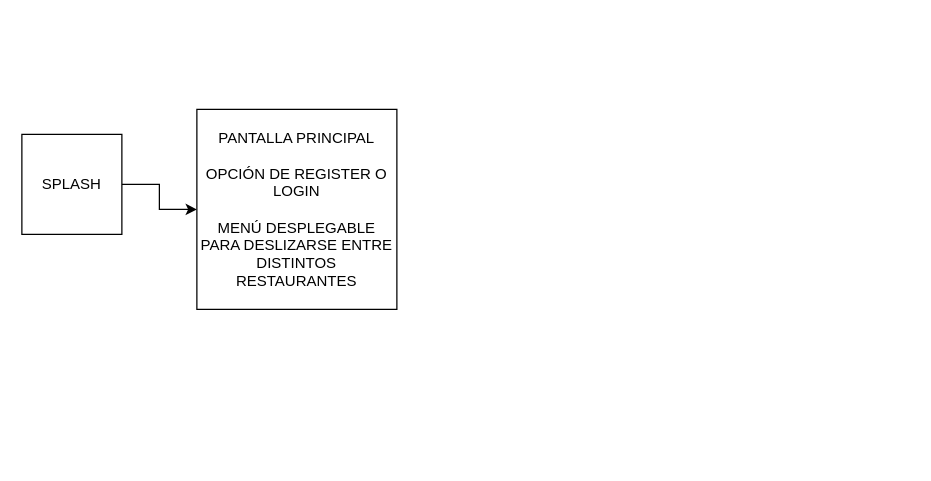
Above: Diagrama sin título.drawio in angelcriber99/jerou (draw.io), before the change. Source tidied: cells renumbered, new cells numbered last; positions are measured from the earlier drawing's top-left corner, leaving out a move shared by most shapes. Both pictures are drawn from the tidied source at 125%, with x=0, y=0 at pixel (21, 109).
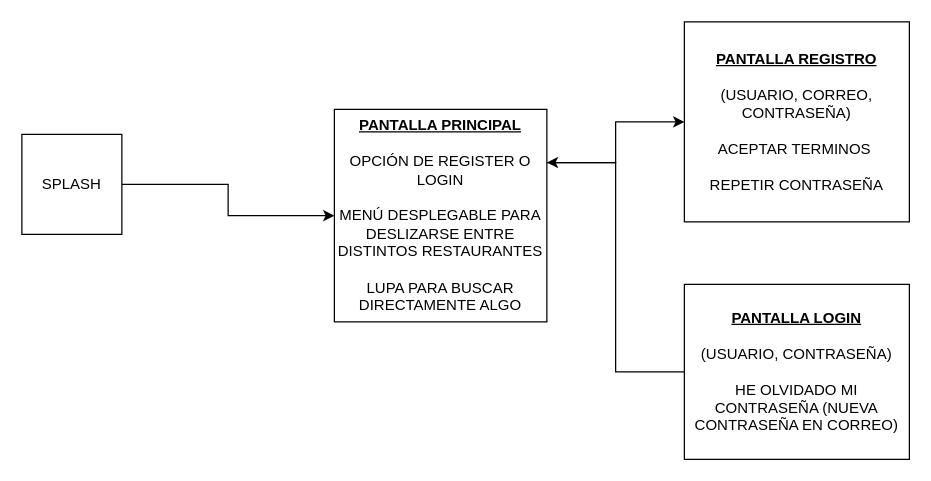
The same diagram, later.

Commit message:
Diagrama actualizado

Change to the diagram source:
```diff
@@
 <mxGraphModel>
   <root>
     <mxCell id="0" />
     <mxCell id="1" parent="0" />
     <mxCell id="2" style="edgeStyle=orthogonalEdgeStyle;rounded=0;jettySize=auto;html=1;" parent="1" edge="1" source="3" target="4">
       <mxGeometry relative="1" as="geometry" />
     </mxCell>
     <mxCell id="3" value="SPLASH" style="whiteSpace=wrap;html=1;" parent="1" vertex="1">
       <mxGeometry y="20" width="80" height="80" as="geometry" />
     </mxCell>
+    <mxCell id="5" style="edgeStyle=orthogonalEdgeStyle;rounded=0;jettySize=auto;html=1;exitX=1;exitY=0.25;exitDx=0;exitDy=0;entryX=0;entryY=0.5;entryDx=0;entryDy=0;" parent="1" edge="1" source="4" target="6">
+      <mxGeometry relative="1" as="geometry" />
+    </mxCell>
-    <mxCell id="4" value="PANTALLA PRINCIPAL&lt;br&gt;&lt;br&gt;OPCIÓN DE REGISTER O LOGIN&lt;br&gt;&lt;br&gt;MENÚ DESPLEGABLE PARA DESLIZARSE ENTRE DISTINTOS RESTAURANTES" style="whiteSpace=wrap;html=1;" parent="1" vertex="1">
-      <mxGeometry x="140" width="160" height="160" as="geometry" />
+    <mxCell id="4" value="&lt;b&gt;&lt;u&gt;PANTALLA PRINCIPAL&lt;/u&gt;&lt;/b&gt;&lt;br&gt;&lt;br&gt;OPCIÓN DE REGISTER O LOGIN&lt;br&gt;&lt;br&gt;MENÚ DESPLEGABLE PARA DESLIZARSE ENTRE DISTINTOS RESTAURANTES&lt;br&gt;&lt;br&gt;LUPA PARA BUSCAR DIRECTAMENTE ALGO" style="whiteSpace=wrap;html=1;" parent="1" vertex="1">
+      <mxGeometry x="250" width="170" height="170" as="geometry" />
     </mxCell>
+    <mxCell id="6" value="&lt;b&gt;&lt;u&gt;PANTALLA REGISTRO&lt;/u&gt;&lt;/b&gt;&lt;br&gt;&lt;br&gt;(USUARIO, CORREO, CONTRASEÑA)&lt;br&gt;&lt;br&gt;ACEPTAR TERMINOS&amp;nbsp;&lt;br&gt;&lt;br&gt;REPETIR CONTRASEÑA" style="rounded=0;whiteSpace=wrap;html=1;" parent="1" vertex="1">
+      <mxGeometry x="530" y="-70" width="180" height="160" as="geometry" />
+    </mxCell>
+    <mxCell id="7" style="edgeStyle=orthogonalEdgeStyle;rounded=0;jettySize=auto;html=1;entryX=1;entryY=0.25;entryDx=0;entryDy=0;" parent="1" edge="1" source="8" target="4">
+      <mxGeometry relative="1" as="geometry" />
+    </mxCell>
+    <mxCell id="8" value="&lt;b&gt;&lt;u&gt;PANTALLA LOGIN&lt;br&gt;&lt;/u&gt;&lt;/b&gt;&lt;br&gt;(USUARIO, CONTRASEÑA)&lt;br&gt;&lt;br&gt;HE OLVIDADO MI CONTRASEÑA (NUEVA CONTRASEÑA EN CORREO)&lt;br&gt;" style="rounded=0;whiteSpace=wrap;html=1;" parent="1" vertex="1">
+      <mxGeometry x="530" y="140" width="180" height="140" as="geometry" />
+    </mxCell>
   </root>
 </mxGraphModel>
```
